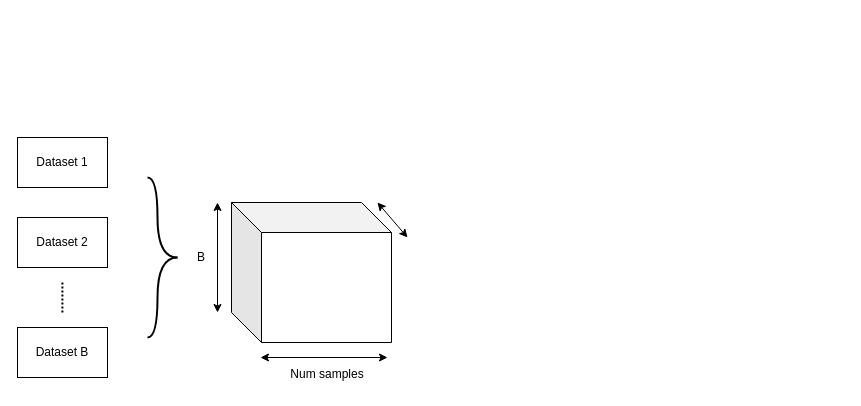
Earlier version of the draw.io diagram diagrams/TSPFN-batched-pretraining.drawio (Jeremstym/pretrainingTSPFN). Source tidied: cells renumbered, new cells numbered last; positions are measured from the earlier drawing's top-left corner, leaving out a move shared by most shapes. Both pictures are drawn from the tidied source at 100%, with x=0, y=0 at pixel (17, 17).
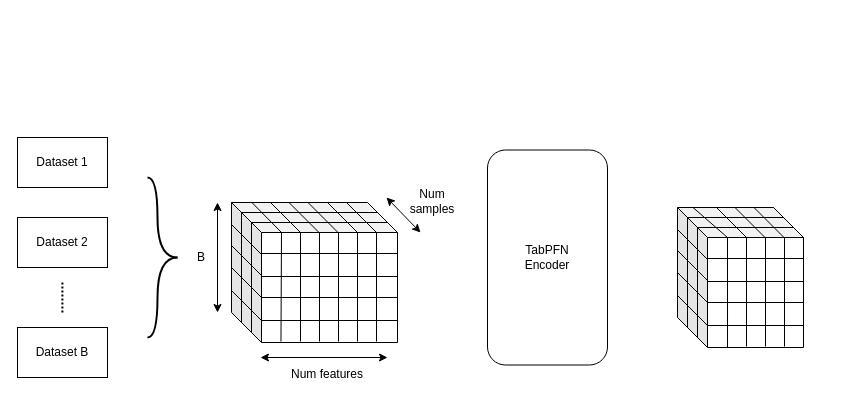
The same diagram, later.

Commit message (it also covers changes not shown here):
Mettre à jour TSPFN-batched-pretraining.drawio

Diff of the diagram source:
```diff
@@
-    <mxCell id="6" style="shape=cube;whiteSpace=wrap;html=1;boundedLbl=1;backgroundOutline=1;darkOpacity=0.05;darkOpacity2=0.1;size=30;" parent="1" vertex="1">
-      <mxGeometry x="214" y="185" width="160" height="140" as="geometry" />
-    </mxCell>
@@
-    <mxCell id="13" value="Num samples" style="text;html=1;whiteSpace=wrap;strokeColor=none;fillColor=none;align=center;verticalAlign=middle;rounded=0;" parent="1" vertex="1">
+    <mxCell id="13" value="Num features" style="text;html=1;whiteSpace=wrap;strokeColor=none;fillColor=none;align=center;verticalAlign=middle;rounded=0;" parent="1" vertex="1">
       <mxGeometry x="270" y="342" width="80" height="30" as="geometry" />
     </mxCell>
     <mxCell id="14" style="endArrow=classic;startArrow=classic;html=1;rounded=0;" parent="1" edge="1">
       <mxGeometry relative="1" as="geometry">
-        <mxPoint x="360" y="185" as="sourcePoint" />
-        <mxPoint x="390" y="220" as="targetPoint" />
+        <mxPoint x="369" y="180" as="sourcePoint" />
+        <mxPoint x="403" y="215" as="targetPoint" />
       </mxGeometry>
     </mxCell>
+    <mxCell id="15" value="Num samples" style="text;html=1;whiteSpace=wrap;strokeColor=none;fillColor=none;align=center;verticalAlign=middle;rounded=0;" parent="1" vertex="1">
+      <mxGeometry x="385" y="169" width="60" height="30" as="geometry" />
+    </mxCell>
+    <mxCell id="16" style="group;" parent="1" vertex="1">
+      <mxGeometry x="214" y="185" width="166" height="140" as="geometry" />
+    </mxCell>
+    <mxCell id="6" style="shape=cube;whiteSpace=wrap;html=1;boundedLbl=1;backgroundOutline=1;darkOpacity=0.05;darkOpacity2=0.1;size=30;" parent="16" vertex="1">
+      <mxGeometry width="166" height="140" as="geometry" />
+    </mxCell>
+    <mxCell id="17" style="endArrow=none;html=1;rounded=0;exitX=0.298;exitY=0.993;exitDx=0;exitDy=0;exitPerimeter=0;" parent="16" edge="1" source="6">
+      <mxGeometry relative="1" as="geometry">
+        <mxPoint x="50" y="30" as="targetPoint" />
+      </mxGeometry>
+    </mxCell>
+    <mxCell id="18" style="endArrow=none;html=1;rounded=0;exitX=0.313;exitY=0.993;exitDx=0;exitDy=0;exitPerimeter=0;" parent="16" edge="1">
+      <mxGeometry relative="1" as="geometry">
+        <mxPoint x="69" y="139" as="sourcePoint" />
+        <mxPoint x="69" y="30" as="targetPoint" />
+      </mxGeometry>
+    </mxCell>
+    <mxCell id="19" style="endArrow=none;html=1;rounded=0;exitX=0.313;exitY=0.993;exitDx=0;exitDy=0;exitPerimeter=0;" parent="16" edge="1">
+      <mxGeometry relative="1" as="geometry">
+        <mxPoint x="88" y="139" as="sourcePoint" />
+        <mxPoint x="88" y="30" as="targetPoint" />
+      </mxGeometry>
+    </mxCell>
+    <mxCell id="20" style="endArrow=none;html=1;rounded=0;exitX=0.313;exitY=0.993;exitDx=0;exitDy=0;exitPerimeter=0;" parent="16" edge="1">
+      <mxGeometry relative="1" as="geometry">
+        <mxPoint x="107" y="139" as="sourcePoint" />
+        <mxPoint x="107" y="30" as="targetPoint" />
+      </mxGeometry>
+    </mxCell>
+    <mxCell id="21" style="endArrow=none;html=1;rounded=0;exitX=0.313;exitY=0.993;exitDx=0;exitDy=0;exitPerimeter=0;" parent="16" edge="1">
+      <mxGeometry relative="1" as="geometry">
+        <mxPoint x="126" y="139" as="sourcePoint" />
+        <mxPoint x="126" y="30" as="targetPoint" />
+      </mxGeometry>
+    </mxCell>
+    <mxCell id="22" style="endArrow=none;html=1;rounded=0;exitX=0.313;exitY=0.993;exitDx=0;exitDy=0;exitPerimeter=0;" parent="16" edge="1">
+      <mxGeometry relative="1" as="geometry">
+        <mxPoint x="145" y="139" as="sourcePoint" />
+        <mxPoint x="145" y="30" as="targetPoint" />
+      </mxGeometry>
+    </mxCell>
+    <mxCell id="23" style="endArrow=none;html=1;rounded=0;entryX=0.122;entryY=-0.001;entryDx=0;entryDy=0;entryPerimeter=0;" parent="16" edge="1" target="6">
+      <mxGeometry relative="1" as="geometry">
+        <mxPoint x="50" y="30" as="sourcePoint" />
+      </mxGeometry>
+    </mxCell>
+    <mxCell id="24" style="endArrow=none;html=1;rounded=0;entryX=0.122;entryY=-0.001;entryDx=0;entryDy=0;entryPerimeter=0;" parent="16" edge="1">
+      <mxGeometry relative="1" as="geometry">
+        <mxPoint x="69" y="30" as="sourcePoint" />
+        <mxPoint x="39" as="targetPoint" />
+      </mxGeometry>
+    </mxCell>
+    <mxCell id="25" style="endArrow=none;html=1;rounded=0;entryX=0.122;entryY=-0.001;entryDx=0;entryDy=0;entryPerimeter=0;" parent="16" edge="1">
+      <mxGeometry relative="1" as="geometry">
+        <mxPoint x="87.5" y="30" as="sourcePoint" />
+        <mxPoint x="57.5" as="targetPoint" />
+      </mxGeometry>
+    </mxCell>
+    <mxCell id="26" style="endArrow=none;html=1;rounded=0;entryX=0.122;entryY=-0.001;entryDx=0;entryDy=0;entryPerimeter=0;" parent="16" edge="1">
+      <mxGeometry relative="1" as="geometry">
+        <mxPoint x="106.5" y="30" as="sourcePoint" />
+        <mxPoint x="76.5" as="targetPoint" />
+      </mxGeometry>
+    </mxCell>
+    <mxCell id="27" style="endArrow=none;html=1;rounded=0;entryX=0.122;entryY=-0.001;entryDx=0;entryDy=0;entryPerimeter=0;" parent="16" edge="1">
+      <mxGeometry relative="1" as="geometry">
+        <mxPoint x="126" y="30" as="sourcePoint" />
+        <mxPoint x="96" as="targetPoint" />
+      </mxGeometry>
+    </mxCell>
+    <mxCell id="28" style="endArrow=none;html=1;rounded=0;entryX=0.122;entryY=-0.001;entryDx=0;entryDy=0;entryPerimeter=0;" parent="16" edge="1">
+      <mxGeometry relative="1" as="geometry">
+        <mxPoint x="145" y="30" as="sourcePoint" />
+        <mxPoint x="115" as="targetPoint" />
+      </mxGeometry>
+    </mxCell>
+    <mxCell id="29" style="endArrow=none;html=1;rounded=0;" parent="16" edge="1">
+      <mxGeometry relative="1" as="geometry">
+        <mxPoint x="20" y="20" as="sourcePoint" />
+        <mxPoint x="156" y="20" as="targetPoint" />
+      </mxGeometry>
+    </mxCell>
+    <mxCell id="30" style="endArrow=none;html=1;rounded=0;" parent="16" edge="1">
+      <mxGeometry relative="1" as="geometry">
+        <mxPoint x="10" y="10" as="sourcePoint" />
+        <mxPoint x="146" y="10" as="targetPoint" />
+      </mxGeometry>
+    </mxCell>
+    <mxCell id="31" style="endArrow=none;html=1;rounded=0;" parent="16" edge="1">
+      <mxGeometry relative="1" as="geometry">
+        <mxPoint x="10" y="120" as="sourcePoint" />
+        <mxPoint x="10" y="10" as="targetPoint" />
+      </mxGeometry>
+    </mxCell>
+    <mxCell id="32" style="endArrow=none;html=1;rounded=0;" parent="16" edge="1">
+      <mxGeometry relative="1" as="geometry">
+        <mxPoint x="20" y="130" as="sourcePoint" />
+        <mxPoint x="20" y="20" as="targetPoint" />
+      </mxGeometry>
+    </mxCell>
+    <mxCell id="33" style="endArrow=none;html=1;rounded=0;entryX=0.122;entryY=-0.001;entryDx=0;entryDy=0;entryPerimeter=0;" parent="16" edge="1">
+      <mxGeometry relative="1" as="geometry">
+        <mxPoint x="30" y="52" as="sourcePoint" />
+        <mxPoint y="22" as="targetPoint" />
+      </mxGeometry>
+    </mxCell>
+    <mxCell id="34" style="endArrow=none;html=1;rounded=0;entryX=0.122;entryY=-0.001;entryDx=0;entryDy=0;entryPerimeter=0;" parent="16" edge="1">
+      <mxGeometry relative="1" as="geometry">
+        <mxPoint x="30" y="73" as="sourcePoint" />
+        <mxPoint y="43" as="targetPoint" />
+      </mxGeometry>
+    </mxCell>
+    <mxCell id="35" style="endArrow=none;html=1;rounded=0;entryX=0.122;entryY=-0.001;entryDx=0;entryDy=0;entryPerimeter=0;" parent="16" edge="1">
+      <mxGeometry relative="1" as="geometry">
+        <mxPoint x="30" y="95" as="sourcePoint" />
+        <mxPoint y="65" as="targetPoint" />
+      </mxGeometry>
+    </mxCell>
+    <mxCell id="36" style="endArrow=none;html=1;rounded=0;entryX=0.122;entryY=-0.001;entryDx=0;entryDy=0;entryPerimeter=0;" parent="16" edge="1">
+      <mxGeometry relative="1" as="geometry">
+        <mxPoint x="30" y="118" as="sourcePoint" />
+        <mxPoint y="88" as="targetPoint" />
+      </mxGeometry>
+    </mxCell>
+    <mxCell id="37" style="endArrow=none;html=1;rounded=0;" parent="16" edge="1">
+      <mxGeometry relative="1" as="geometry">
+        <mxPoint x="30" y="118" as="sourcePoint" />
+        <mxPoint x="166" y="118" as="targetPoint" />
+      </mxGeometry>
+    </mxCell>
+    <mxCell id="38" style="endArrow=none;html=1;rounded=0;" parent="16" edge="1">
+      <mxGeometry relative="1" as="geometry">
+        <mxPoint x="30" y="95" as="sourcePoint" />
+        <mxPoint x="166" y="95" as="targetPoint" />
+      </mxGeometry>
+    </mxCell>
+    <mxCell id="39" style="endArrow=none;html=1;rounded=0;" parent="16" edge="1">
+      <mxGeometry relative="1" as="geometry">
+        <mxPoint x="30" y="74" as="sourcePoint" />
+        <mxPoint x="166" y="74" as="targetPoint" />
+      </mxGeometry>
+    </mxCell>
+    <mxCell id="40" style="endArrow=none;html=1;rounded=0;" parent="16" edge="1">
+      <mxGeometry relative="1" as="geometry">
+        <mxPoint x="30" y="51" as="sourcePoint" />
+        <mxPoint x="166" y="51" as="targetPoint" />
+      </mxGeometry>
+    </mxCell>
+    <mxCell id="41" value="TabPFN&lt;div&gt;Encoder&lt;/div&gt;" style="rounded=1;whiteSpace=wrap;html=1;" parent="1" vertex="1">
+      <mxGeometry x="470" y="132.5" width="120" height="215" as="geometry" />
+    </mxCell>
+    <mxCell id="42" style="group;" parent="1" vertex="1">
+      <mxGeometry x="660" y="190" width="166" height="140" as="geometry" />
+    </mxCell>
+    <mxCell id="43" style="shape=cube;whiteSpace=wrap;html=1;boundedLbl=1;backgroundOutline=1;darkOpacity=0.05;darkOpacity2=0.1;size=30;" parent="42" vertex="1">
+      <mxGeometry width="126" height="140" as="geometry" />
+    </mxCell>
+    <mxCell id="44" style="endArrow=none;html=1;rounded=0;exitX=0.397;exitY=0.998;exitDx=0;exitDy=0;exitPerimeter=0;" parent="42" edge="1" source="43">
+      <mxGeometry relative="1" as="geometry">
+        <mxPoint x="50" y="30" as="targetPoint" />
+      </mxGeometry>
+    </mxCell>
+    <mxCell id="45" style="endArrow=none;html=1;rounded=0;exitX=0.313;exitY=0.993;exitDx=0;exitDy=0;exitPerimeter=0;" parent="42" edge="1">
+      <mxGeometry relative="1" as="geometry">
+        <mxPoint x="69" y="139" as="sourcePoint" />
+        <mxPoint x="69" y="30" as="targetPoint" />
+      </mxGeometry>
+    </mxCell>
+    <mxCell id="46" style="endArrow=none;html=1;rounded=0;exitX=0.313;exitY=0.993;exitDx=0;exitDy=0;exitPerimeter=0;" parent="42" edge="1">
+      <mxGeometry relative="1" as="geometry">
+        <mxPoint x="88" y="139" as="sourcePoint" />
+        <mxPoint x="88" y="30" as="targetPoint" />
+      </mxGeometry>
+    </mxCell>
+    <mxCell id="47" style="endArrow=none;html=1;rounded=0;exitX=0.313;exitY=0.993;exitDx=0;exitDy=0;exitPerimeter=0;" parent="42" edge="1">
+      <mxGeometry relative="1" as="geometry">
+        <mxPoint x="107" y="139" as="sourcePoint" />
+        <mxPoint x="107" y="30" as="targetPoint" />
+      </mxGeometry>
+    </mxCell>
+    <mxCell id="48" style="endArrow=none;html=1;rounded=0;exitX=0.313;exitY=0.993;exitDx=0;exitDy=0;exitPerimeter=0;" parent="42" edge="1">
+      <mxGeometry relative="1" as="geometry">
+        <mxPoint x="126" y="139" as="sourcePoint" />
+        <mxPoint x="126" y="30" as="targetPoint" />
+      </mxGeometry>
+    </mxCell>
+    <mxCell id="49" style="endArrow=none;html=1;rounded=0;entryX=0.122;entryY=-0.001;entryDx=0;entryDy=0;entryPerimeter=0;" parent="42" edge="1" target="43">
+      <mxGeometry relative="1" as="geometry">
+        <mxPoint x="50" y="30" as="sourcePoint" />
+      </mxGeometry>
+    </mxCell>
+    <mxCell id="50" style="endArrow=none;html=1;rounded=0;entryX=0.122;entryY=-0.001;entryDx=0;entryDy=0;entryPerimeter=0;" parent="42" edge="1">
+      <mxGeometry relative="1" as="geometry">
+        <mxPoint x="69" y="30" as="sourcePoint" />
+        <mxPoint x="39" as="targetPoint" />
+      </mxGeometry>
+    </mxCell>
+    <mxCell id="51" style="endArrow=none;html=1;rounded=0;entryX=0.122;entryY=-0.001;entryDx=0;entryDy=0;entryPerimeter=0;" parent="42" edge="1">
+      <mxGeometry relative="1" as="geometry">
+        <mxPoint x="87.5" y="30" as="sourcePoint" />
+        <mxPoint x="57.5" as="targetPoint" />
+      </mxGeometry>
+    </mxCell>
+    <mxCell id="52" style="endArrow=none;html=1;rounded=0;entryX=0.122;entryY=-0.001;entryDx=0;entryDy=0;entryPerimeter=0;" parent="42" edge="1">
+      <mxGeometry relative="1" as="geometry">
+        <mxPoint x="106.5" y="30" as="sourcePoint" />
+        <mxPoint x="76.5" as="targetPoint" />
+      </mxGeometry>
+    </mxCell>
+    <mxCell id="53" style="endArrow=none;html=1;rounded=0;entryX=0.122;entryY=-0.001;entryDx=0;entryDy=0;entryPerimeter=0;" parent="42" edge="1">
+      <mxGeometry relative="1" as="geometry">
+        <mxPoint x="126" y="30" as="sourcePoint" />
+        <mxPoint x="96" as="targetPoint" />
+      </mxGeometry>
+    </mxCell>
+    <mxCell id="54" style="endArrow=none;html=1;rounded=0;" parent="42" edge="1">
+      <mxGeometry relative="1" as="geometry">
+        <mxPoint x="20" y="20" as="sourcePoint" />
+        <mxPoint x="116" y="20" as="targetPoint" />
+      </mxGeometry>
+    </mxCell>
+    <mxCell id="55" style="endArrow=none;html=1;rounded=0;" parent="42" edge="1">
+      <mxGeometry relative="1" as="geometry">
+        <mxPoint x="10" y="10" as="sourcePoint" />
+        <mxPoint x="106" y="10" as="targetPoint" />
+      </mxGeometry>
+    </mxCell>
+    <mxCell id="56" style="endArrow=none;html=1;rounded=0;" parent="42" edge="1">
+      <mxGeometry relative="1" as="geometry">
+        <mxPoint x="10" y="120" as="sourcePoint" />
+        <mxPoint x="10" y="10" as="targetPoint" />
+      </mxGeometry>
+    </mxCell>
+    <mxCell id="57" style="endArrow=none;html=1;rounded=0;" parent="42" edge="1">
+      <mxGeometry relative="1" as="geometry">
+        <mxPoint x="20" y="130" as="sourcePoint" />
+        <mxPoint x="20" y="20" as="targetPoint" />
+      </mxGeometry>
+    </mxCell>
+    <mxCell id="58" style="endArrow=none;html=1;rounded=0;entryX=0.122;entryY=-0.001;entryDx=0;entryDy=0;entryPerimeter=0;" parent="42" edge="1">
+      <mxGeometry relative="1" as="geometry">
+        <mxPoint x="30" y="52" as="sourcePoint" />
+        <mxPoint y="22" as="targetPoint" />
+      </mxGeometry>
+    </mxCell>
+    <mxCell id="59" style="endArrow=none;html=1;rounded=0;entryX=0.122;entryY=-0.001;entryDx=0;entryDy=0;entryPerimeter=0;" parent="42" edge="1">
+      <mxGeometry relative="1" as="geometry">
+        <mxPoint x="30" y="73" as="sourcePoint" />
+        <mxPoint y="43" as="targetPoint" />
+      </mxGeometry>
+    </mxCell>
+    <mxCell id="60" style="endArrow=none;html=1;rounded=0;entryX=0.122;entryY=-0.001;entryDx=0;entryDy=0;entryPerimeter=0;" parent="42" edge="1">
+      <mxGeometry relative="1" as="geometry">
+        <mxPoint x="30" y="95" as="sourcePoint" />
+        <mxPoint y="65" as="targetPoint" />
+      </mxGeometry>
+    </mxCell>
+    <mxCell id="61" style="endArrow=none;html=1;rounded=0;entryX=0.122;entryY=-0.001;entryDx=0;entryDy=0;entryPerimeter=0;" parent="42" edge="1">
+      <mxGeometry relative="1" as="geometry">
+        <mxPoint x="30" y="118" as="sourcePoint" />
+        <mxPoint y="88" as="targetPoint" />
+      </mxGeometry>
+    </mxCell>
+    <mxCell id="62" style="endArrow=none;html=1;rounded=0;" parent="42" edge="1">
+      <mxGeometry relative="1" as="geometry">
+        <mxPoint x="30" y="118" as="sourcePoint" />
+        <mxPoint x="126" y="118" as="targetPoint" />
+      </mxGeometry>
+    </mxCell>
+    <mxCell id="63" style="endArrow=none;html=1;rounded=0;" parent="42" edge="1">
+      <mxGeometry relative="1" as="geometry">
+        <mxPoint x="30" y="95" as="sourcePoint" />
+        <mxPoint x="126" y="95" as="targetPoint" />
+      </mxGeometry>
+    </mxCell>
+    <mxCell id="64" style="endArrow=none;html=1;rounded=0;" parent="42" edge="1">
+      <mxGeometry relative="1" as="geometry">
+        <mxPoint x="30" y="74" as="sourcePoint" />
+        <mxPoint x="126" y="74" as="targetPoint" />
+      </mxGeometry>
+    </mxCell>
+    <mxCell id="65" style="endArrow=none;html=1;rounded=0;" parent="42" edge="1">
+      <mxGeometry relative="1" as="geometry">
+        <mxPoint x="30" y="51" as="sourcePoint" />
+        <mxPoint x="126" y="51" as="targetPoint" />
+      </mxGeometry>
+    </mxCell>
```
